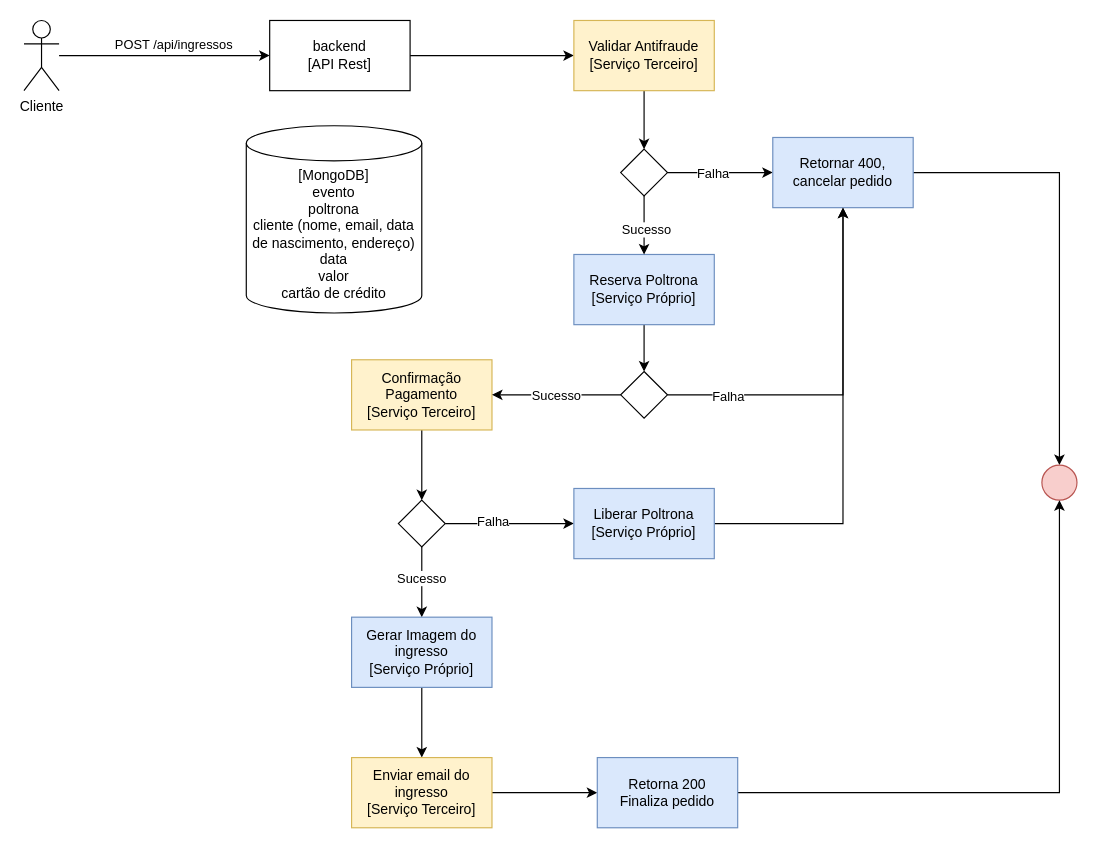
Before: docs/ingressos-cinema.drawio in pablotdv/ingressos-cinema, a draw.io diagram. Source tidied: cells renumbered, new cells numbered last; positions are measured from the earlier drawing's top-left corner, leaving out a move shared by most shapes. Both pictures are drawn from the tidied source at 117%, with x=0, y=0 at pixel (23, 20).
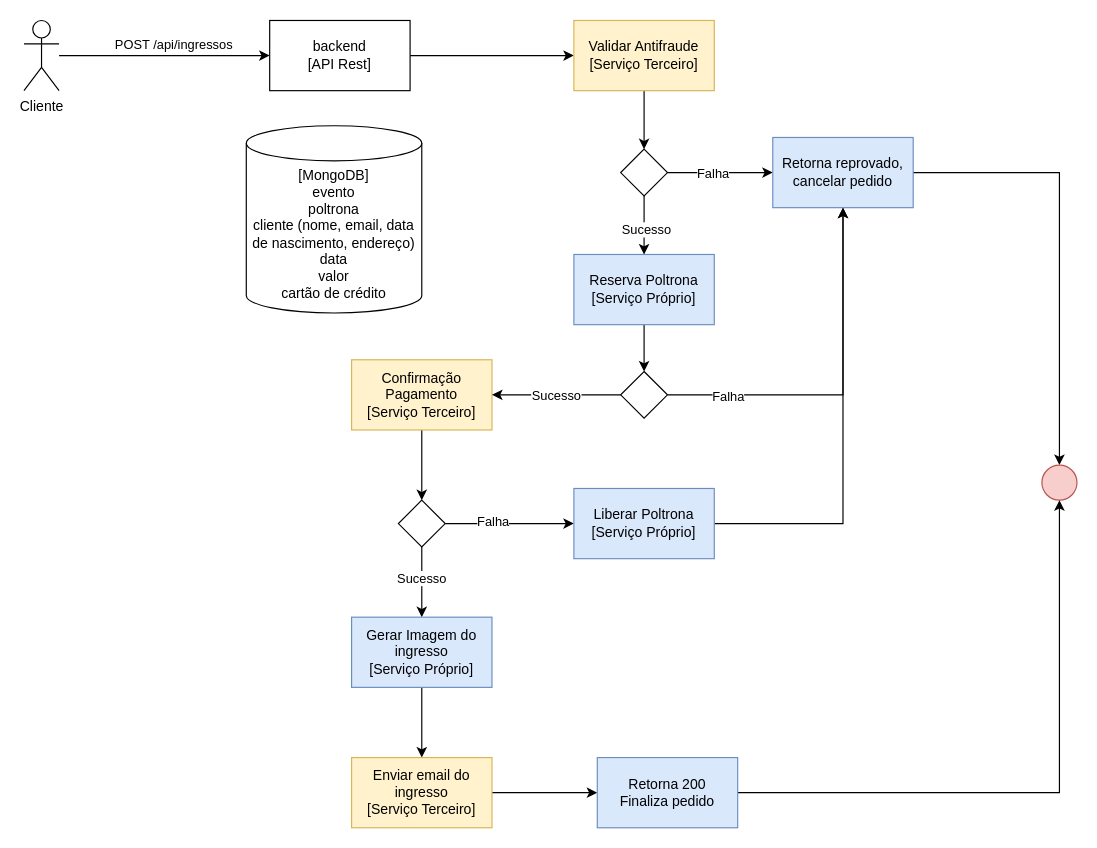
After the change.

Diff of the diagram source:
```diff
@@
-    <mxCell id="19" value="Retornar 400, cancelar pedido" style="whiteSpace=wrap;html=1;fillColor=#dae8fc;strokeColor=#6c8ebf;" parent="1" vertex="1">
+    <mxCell id="19" value="Retorna reprovado, cancelar pedido" style="whiteSpace=wrap;html=1;fillColor=#dae8fc;strokeColor=#6c8ebf;" parent="1" vertex="1">
       <mxGeometry x="640" y="100" width="120" height="60" as="geometry" />
     </mxCell>
```
